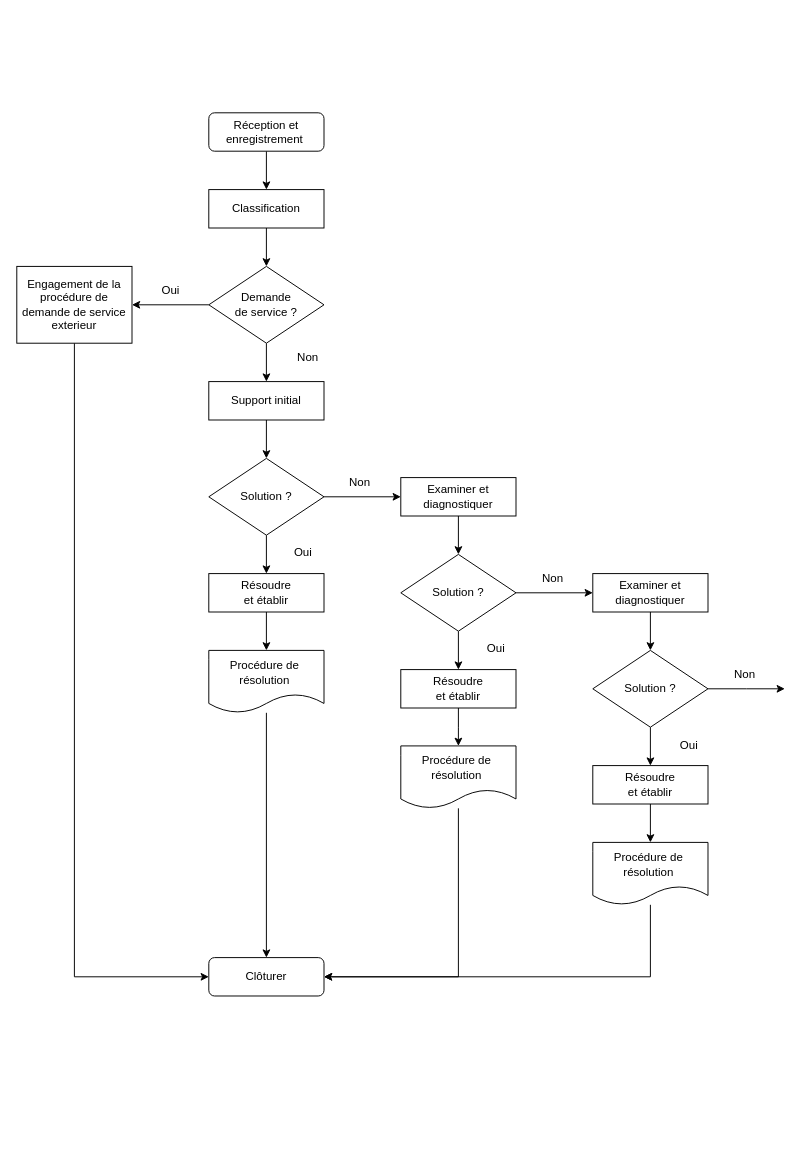
Gui-llom/GLK keeps this draw.io diagram as Diagramme sans nom.drawio. Above is the earlier version. Source tidied: cells renumbered, new cells numbered last; positions are measured from the earlier drawing's top-left corner, leaving out a move shared by most shapes. Both pictures are drawn from the tidied source at 96%, with x=0, y=0 at pixel (16, 112).
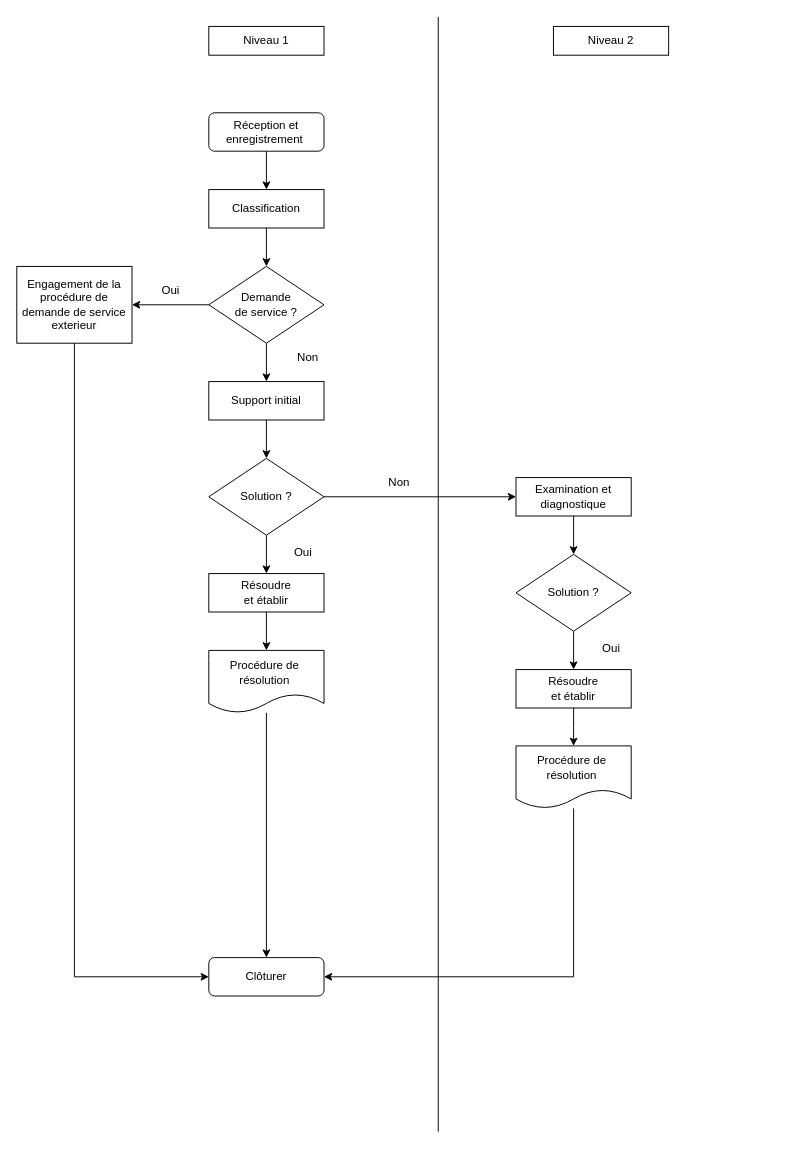
The same diagram, later.

Commit message:
Mettre à jour Diagramme sans nom.drawio

Unchanged cells that the change refers to:
```xml
<mxCell id="40" value="Clôturer" style="rounded=1;whiteSpace=wrap;html=1;fontSize=12;glass=0;strokeWidth=1;shadow=0;" parent="1" vertex="1">
  <mxGeometry x="200" y="880" width="120" height="40" as="geometry" />
</mxCell>
```

Change to the diagram source:
```diff
@@
-    <mxCell id="19" value="Examiner et diagnostiquer" style="whiteSpace=wrap;html=1;rounded=0;" parent="1" vertex="1">
-      <mxGeometry x="400" y="380" width="120" height="40" as="geometry" />
+    <mxCell id="19" value="Examination et diagnostique" style="whiteSpace=wrap;html=1;rounded=0;" parent="1" vertex="1">
+      <mxGeometry x="520" y="380" width="120" height="40" as="geometry" />
     </mxCell>
@@
     <mxCell id="22" value="Non" style="text;html=1;align=center;verticalAlign=middle;strokeColor=none;fillColor=none;" parent="1" vertex="1">
-      <mxGeometry x="332" y="370" width="50" height="30" as="geometry" />
+      <mxGeometry x="373" y="370" width="50" height="30" as="geometry" />
     </mxCell>
@@
-    <mxCell id="25" style="edgeStyle=orthogonalEdgeStyle;rounded=0;jettySize=auto;html=1;" parent="1" edge="1" source="26" target="32">
-      <mxGeometry relative="1" as="geometry" />
-    </mxCell>
     <mxCell id="26" value="Solution ?" style="rhombus;whiteSpace=wrap;html=1;rounded=0;" parent="1" vertex="1">
-      <mxGeometry x="400" y="460" width="120" height="80" as="geometry" />
+      <mxGeometry x="520" y="460" width="120" height="80" as="geometry" />
     </mxCell>
@@
     <mxCell id="28" value="Résoudre &lt;br&gt;et établir" style="whiteSpace=wrap;html=1;rounded=0;" parent="1" vertex="1">
-      <mxGeometry x="400" y="580" width="120" height="40" as="geometry" />
+      <mxGeometry x="520" y="580" width="120" height="40" as="geometry" />
     </mxCell>
-    <mxCell id="29" value="Non" style="text;html=1;align=center;verticalAlign=middle;strokeColor=none;fillColor=none;" parent="1" vertex="1">
-      <mxGeometry x="533" y="470" width="50" height="30" as="geometry" />
-    </mxCell>
     <mxCell id="30" value="Oui" style="text;html=1;align=center;verticalAlign=middle;strokeColor=none;fillColor=none;" parent="1" vertex="1">
-      <mxGeometry x="479" y="543" width="40" height="30" as="geometry" />
+      <mxGeometry x="599" y="543" width="40" height="30" as="geometry" />
     </mxCell>
-    <mxCell id="31" style="edgeStyle=orthogonalEdgeStyle;rounded=0;jettySize=auto;html=1;" parent="1" edge="1" source="32" target="35">
-      <mxGeometry relative="1" as="geometry" />
-    </mxCell>
-    <mxCell id="32" value="Examiner et diagnostiquer" style="whiteSpace=wrap;html=1;rounded=0;" parent="1" vertex="1">
-      <mxGeometry x="600" y="480" width="120" height="40" as="geometry" />
-    </mxCell>
-    <mxCell id="33" style="edgeStyle=orthogonalEdgeStyle;rounded=0;jettySize=auto;html=1;" parent="1" edge="1" source="35">
-      <mxGeometry relative="1" as="geometry">
-        <mxPoint x="800" y="600" as="targetPoint" />
-      </mxGeometry>
-    </mxCell>
-    <mxCell id="34" style="edgeStyle=orthogonalEdgeStyle;rounded=0;jettySize=auto;html=1;" parent="1" edge="1" source="35" target="37">
-      <mxGeometry relative="1" as="geometry" />
-    </mxCell>
-    <mxCell id="35" value="Solution ?" style="rhombus;whiteSpace=wrap;html=1;rounded=0;" parent="1" vertex="1">
-      <mxGeometry x="600" y="560" width="120" height="80" as="geometry" />
-    </mxCell>
-    <mxCell id="36" style="edgeStyle=orthogonalEdgeStyle;rounded=0;jettySize=auto;html=1;" parent="1" edge="1" source="37" target="46">
-      <mxGeometry relative="1" as="geometry" />
-    </mxCell>
-    <mxCell id="37" value="Résoudre &lt;br&gt;et établir" style="whiteSpace=wrap;html=1;rounded=0;" parent="1" vertex="1">
-      <mxGeometry x="600" y="680" width="120" height="40" as="geometry" />
-    </mxCell>
-    <mxCell id="38" value="Non" style="text;html=1;align=center;verticalAlign=middle;strokeColor=none;fillColor=none;" parent="1" vertex="1">
-      <mxGeometry x="733" y="570" width="50" height="30" as="geometry" />
-    </mxCell>
-    <mxCell id="39" value="Oui" style="text;html=1;align=center;verticalAlign=middle;strokeColor=none;fillColor=none;" parent="1" vertex="1">
-      <mxGeometry x="680" y="644" width="40" height="30" as="geometry" />
-    </mxCell>
@@
     <mxCell id="43" style="edgeStyle=orthogonalEdgeStyle;rounded=0;jettySize=auto;html=1;" parent="1" edge="1" source="44" target="40">
       <mxGeometry relative="1" as="geometry">
         <Array as="points">
-          <mxPoint x="460" y="900" />
+          <mxPoint x="580" y="900" />
         </Array>
       </mxGeometry>
     </mxCell>
     <mxCell id="44" value="Procédure de&amp;nbsp; résolution&amp;nbsp;" style="shape=document;whiteSpace=wrap;html=1;boundedLbl=1;" parent="1" vertex="1">
-      <mxGeometry x="400" y="659.5" width="120" height="65" as="geometry" />
+      <mxGeometry x="520" y="659.5" width="120" height="65" as="geometry" />
     </mxCell>
-    <mxCell id="45" style="edgeStyle=orthogonalEdgeStyle;rounded=0;jettySize=auto;html=1;" parent="1" edge="1" source="46" target="40">
-      <mxGeometry relative="1" as="geometry">
-        <Array as="points">
-          <mxPoint x="660" y="900" />
-        </Array>
-      </mxGeometry>
-    </mxCell>
-    <mxCell id="46" value="Procédure de&amp;nbsp; résolution&amp;nbsp;" style="shape=document;whiteSpace=wrap;html=1;boundedLbl=1;" parent="1" vertex="1">
-      <mxGeometry x="600" y="760" width="120" height="65" as="geometry" />
-    </mxCell>
+    <mxCell id="47" style="endArrow=none;html=1;rounded=0;" parent="1" edge="1">
+      <mxGeometry relative="1" as="geometry">
+        <mxPoint x="439" y="1061.3" as="sourcePoint" />
+        <mxPoint x="439" y="-100" as="targetPoint" />
+      </mxGeometry>
+    </mxCell>
+    <mxCell id="48" value="Niveau 2" style="rounded=0;whiteSpace=wrap;html=1;" parent="1" vertex="1">
+      <mxGeometry x="559" y="-90" width="120" height="30" as="geometry" />
+    </mxCell>
+    <mxCell id="49" value="Niveau 1" style="rounded=0;whiteSpace=wrap;html=1;" parent="1" vertex="1">
+      <mxGeometry x="200" y="-90" width="120" height="30" as="geometry" />
+    </mxCell>
```
